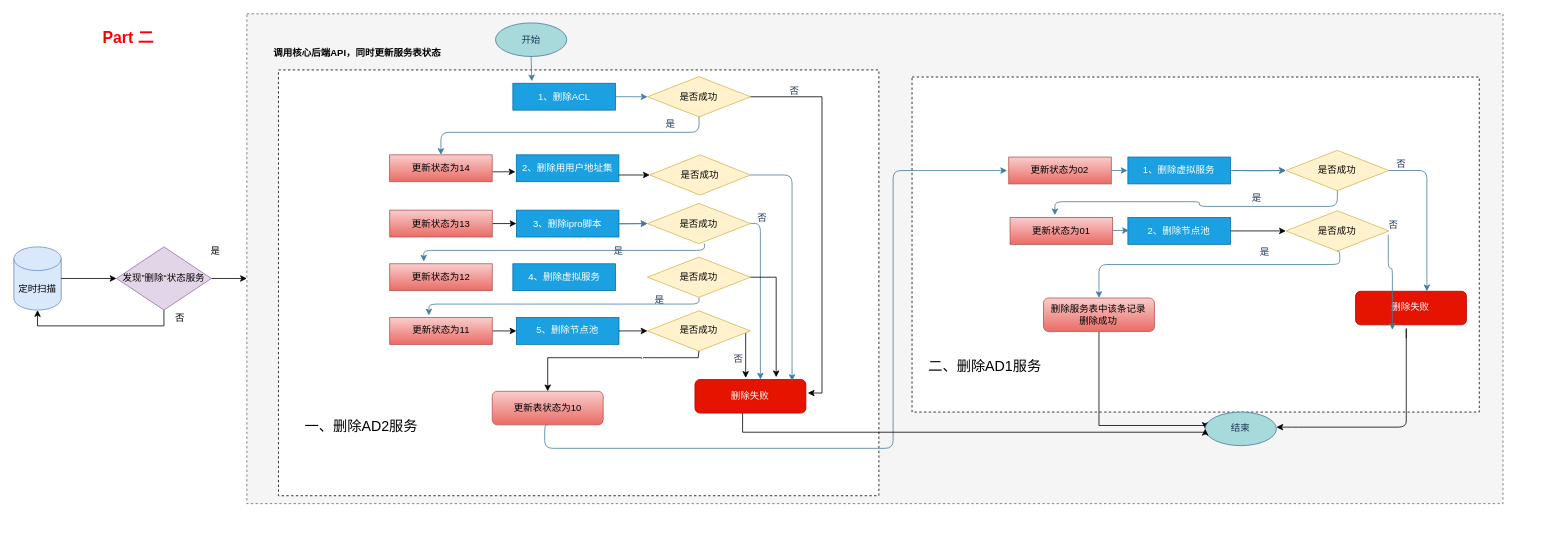
Before: page "delete(part2)" (1 of 11) of demo/Untitled Diagram.drawio in helemile/Spring-Boot-Notes, a draw.io diagram. Source tidied: cells renumbered, new cells numbered last; positions are measured from the earlier drawing's top-left corner, leaving out a move shared by most shapes. Both pictures are drawn from the tidied source at 79%, with x=0, y=0 at pixel (13, 13).
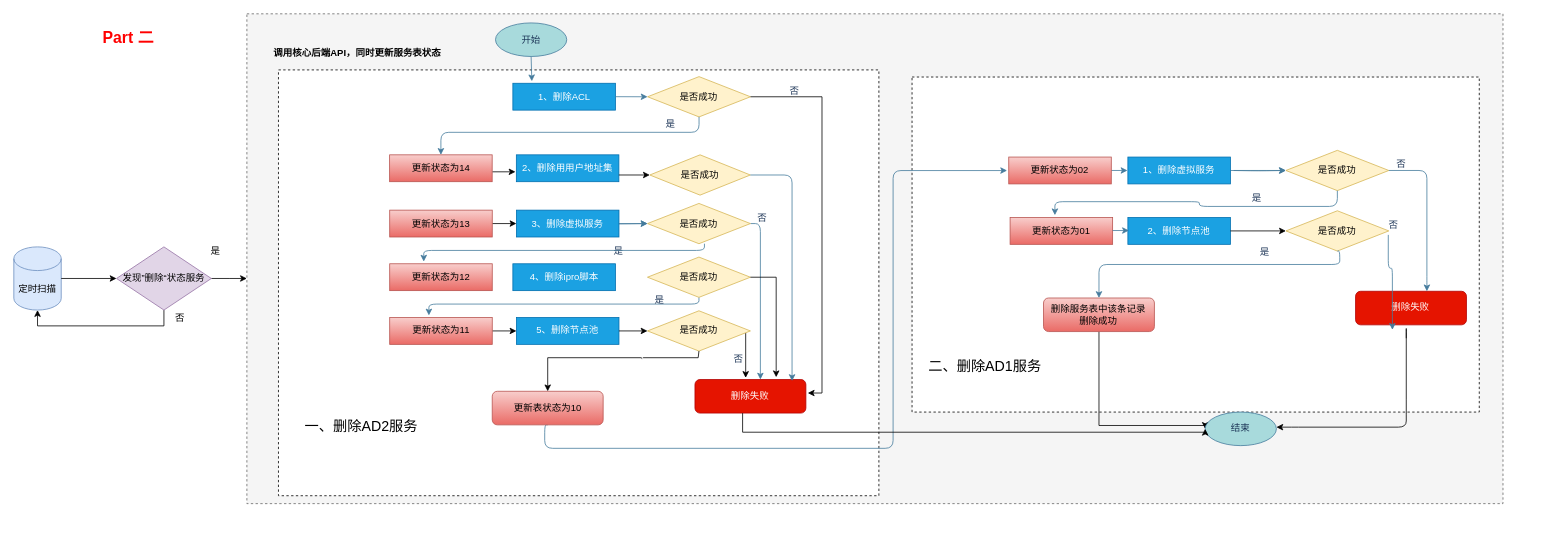
Above is the later version.

The change refers to these unchanged cells:
```xml
<mxCell id="3" style="group;align=left;" parent="1" vertex="1">
  <mxGeometry x="335" y="20" width="1590" height="620" as="geometry" />
</mxCell>
```

Diff of the diagram source:
```diff
@@
-    <mxCell id="10" value="3、删除ipro脚本" style="rounded=0;whiteSpace=wrap;html=1;sketch=0;strokeColor=#006EAF;fillColor=#1ba1e2;fontColor=#ffffff;" parent="3" vertex="1">
+    <mxCell id="10" value="3、删除虚拟服务" style="rounded=0;whiteSpace=wrap;html=1;sketch=0;strokeColor=#006EAF;fillColor=#1ba1e2;fontColor=#ffffff;" parent="3" vertex="1">
       <mxGeometry x="301.2" y="228.5" width="129.8" height="34" as="geometry" />
     </mxCell>
@@
-    <mxCell id="65" value="4、删除虚拟服务" style="rounded=0;whiteSpace=wrap;html=1;sketch=0;strokeColor=#006EAF;fillColor=#1ba1e2;fontColor=#ffffff;" parent="3" vertex="1">
+    <mxCell id="65" value="4、删除ipro脚本" style="rounded=0;whiteSpace=wrap;html=1;sketch=0;strokeColor=#006EAF;fillColor=#1ba1e2;fontColor=#ffffff;" parent="3" vertex="1">
       <mxGeometry x="296.7" y="296.4" width="129.8" height="34" as="geometry" />
     </mxCell>
```
